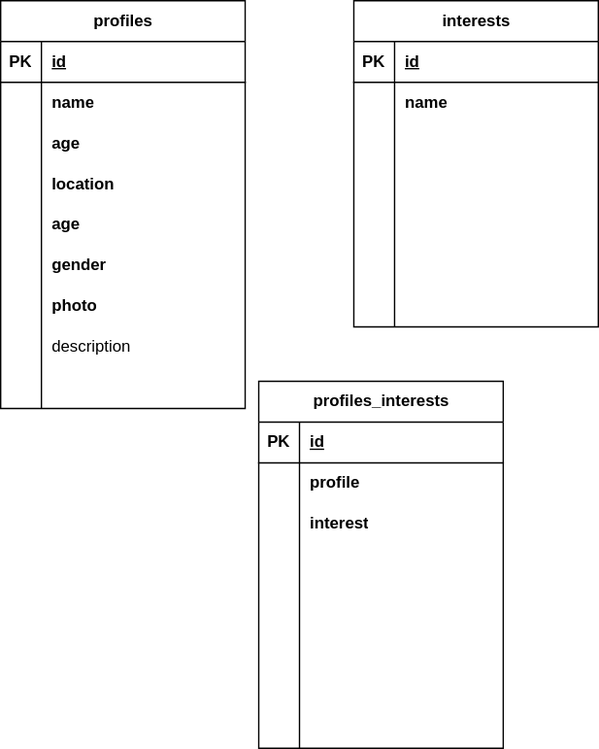
Before: drawio/Диаграмма без названия.drawio.svg, a diagram exported from draw.io (RIP-Peroni/sympathy). Source tidied: cells renumbered, new cells last; positions are measured from the earlier drawing's top-left corner, leaving out a move shared by most shapes.
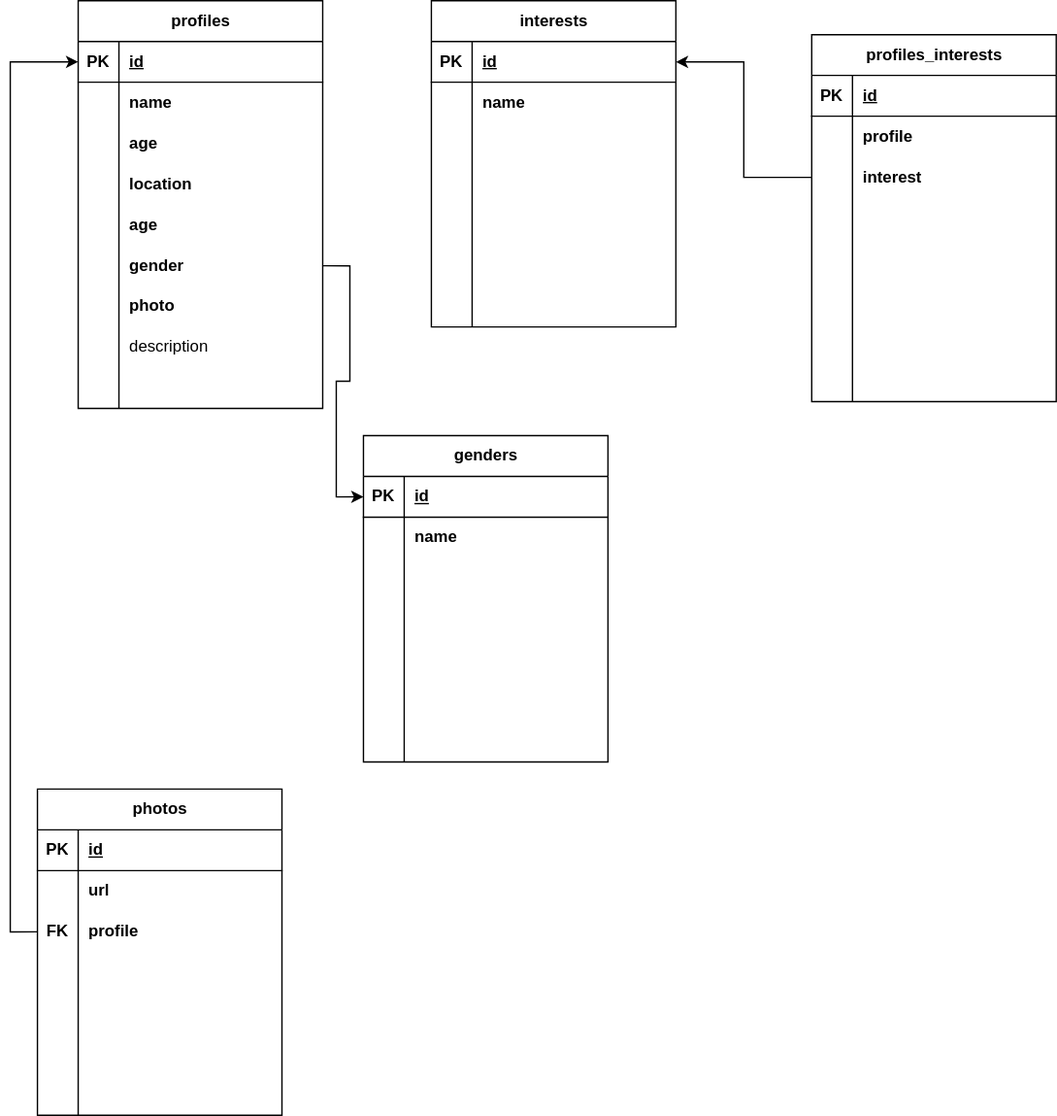
The same file after the commit.

The edit, as a diff of the source:
```diff
@@ -153,7 +153,7 @@
       <mxGeometry x="30" width="150" height="30" as="geometry" />
     </mxCell>
     <mxCell id="52" value="profiles_interests" style="shape=table;startSize=30;rowLines=0;fontStyle=1;align=center;html=1;" parent="1" vertex="1">
-      <mxGeometry x="190" y="280" width="180" height="270" as="geometry" />
+      <mxGeometry x="540" y="25" width="180" height="270" as="geometry" />
     </mxCell>
     <mxCell id="53" style="shape=tableRow;horizontal=0;startSize=0;swimlaneHead=0;swimlaneBody=0;fillColor=none;top=0;left=0;right=0;bottom=1;" parent="52" vertex="1">
       <mxGeometry y="30" width="180" height="30" as="geometry" />
@@ -227,5 +227,146 @@
     <mxCell id="76" style="shape=partialRectangle;fillColor=none;top=0;left=0;bottom=0;right=0;align=left;spacingLeft=6;overflow=hidden;whiteSpace=wrap;html=1;" parent="74" vertex="1">
       <mxGeometry x="30" width="150" height="30" as="geometry" />
     </mxCell>
+    <mxCell id="77" value="genders" style="shape=table;startSize=30;rowLines=0;fontStyle=1;align=center;html=1;" parent="1" vertex="1">
+      <mxGeometry x="210" y="320" width="180" height="240" as="geometry" />
+    </mxCell>
+    <mxCell id="78" style="shape=tableRow;horizontal=0;startSize=0;swimlaneHead=0;swimlaneBody=0;fillColor=none;points=[[0,0.5],[1,0.5]];portConstraint=eastwest;top=0;left=0;right=0;bottom=1;" parent="77" vertex="1">
+      <mxGeometry y="30" width="180" height="30" as="geometry" />
+    </mxCell>
+    <mxCell id="79" value="PK" style="shape=partialRectangle;fillColor=none;top=0;left=0;bottom=0;right=0;fontStyle=1;overflow=hidden;whiteSpace=wrap;html=1;" parent="78" vertex="1">
+      <mxGeometry width="30" height="30" as="geometry" />
+    </mxCell>
+    <mxCell id="80" value="id" style="shape=partialRectangle;fillColor=none;top=0;left=0;bottom=0;right=0;align=left;spacingLeft=6;fontStyle=5;overflow=hidden;whiteSpace=wrap;html=1;" parent="78" vertex="1">
+      <mxGeometry x="30" width="150" height="30" as="geometry" />
+    </mxCell>
+    <mxCell id="81" style="shape=tableRow;horizontal=0;startSize=0;swimlaneHead=0;swimlaneBody=0;fillColor=none;top=0;left=0;right=0;bottom=0;" parent="77" vertex="1">
+      <mxGeometry y="60" width="180" height="30" as="geometry" />
+    </mxCell>
+    <mxCell id="82" style="shape=partialRectangle;fillColor=none;top=0;left=0;bottom=0;right=0;overflow=hidden;whiteSpace=wrap;html=1;" parent="81" vertex="1">
+      <mxGeometry width="30" height="30" as="geometry" />
+    </mxCell>
+    <mxCell id="83" value="name" style="shape=partialRectangle;fillColor=none;top=0;left=0;bottom=0;right=0;align=left;spacingLeft=6;overflow=hidden;whiteSpace=wrap;html=1;fontStyle=1;" parent="81" vertex="1">
+      <mxGeometry x="30" width="150" height="30" as="geometry" />
+    </mxCell>
+    <mxCell id="84" style="shape=tableRow;horizontal=0;startSize=0;swimlaneHead=0;swimlaneBody=0;fillColor=none;top=0;left=0;right=0;bottom=0;" parent="77" vertex="1">
+      <mxGeometry y="90" width="180" height="30" as="geometry" />
+    </mxCell>
+    <mxCell id="85" style="shape=partialRectangle;fillColor=none;top=0;left=0;bottom=0;right=0;overflow=hidden;whiteSpace=wrap;html=1;" parent="84" vertex="1">
+      <mxGeometry width="30" height="30" as="geometry" />
+    </mxCell>
+    <mxCell id="86" style="shape=partialRectangle;fillColor=none;top=0;left=0;bottom=0;right=0;align=left;spacingLeft=6;overflow=hidden;whiteSpace=wrap;html=1;fontStyle=1;" parent="84" vertex="1">
+      <mxGeometry x="30" width="150" height="30" as="geometry" />
+    </mxCell>
+    <mxCell id="87" style="shape=tableRow;horizontal=0;startSize=0;swimlaneHead=0;swimlaneBody=0;fillColor=none;top=0;left=0;right=0;bottom=0;" parent="77" vertex="1">
+      <mxGeometry y="120" width="180" height="30" as="geometry" />
+    </mxCell>
+    <mxCell id="88" style="shape=partialRectangle;fillColor=none;top=0;left=0;bottom=0;right=0;overflow=hidden;whiteSpace=wrap;html=1;" parent="87" vertex="1">
+      <mxGeometry width="30" height="30" as="geometry" />
+    </mxCell>
+    <mxCell id="89" style="shape=partialRectangle;fillColor=none;top=0;left=0;bottom=0;right=0;align=left;spacingLeft=6;overflow=hidden;whiteSpace=wrap;html=1;fontStyle=1;" parent="87" vertex="1">
+      <mxGeometry x="30" width="150" height="30" as="geometry" />
+    </mxCell>
+    <mxCell id="90" style="shape=tableRow;horizontal=0;startSize=0;swimlaneHead=0;swimlaneBody=0;fillColor=none;top=0;left=0;right=0;bottom=0;" parent="77" vertex="1">
+      <mxGeometry y="150" width="180" height="30" as="geometry" />
+    </mxCell>
+    <mxCell id="91" style="shape=partialRectangle;fillColor=none;top=0;left=0;bottom=0;right=0;overflow=hidden;whiteSpace=wrap;html=1;" parent="90" vertex="1">
+      <mxGeometry width="30" height="30" as="geometry" />
+    </mxCell>
+    <mxCell id="92" style="shape=partialRectangle;fillColor=none;top=0;left=0;bottom=0;right=0;align=left;spacingLeft=6;overflow=hidden;whiteSpace=wrap;html=1;fontStyle=1;" parent="90" vertex="1">
+      <mxGeometry x="30" width="150" height="30" as="geometry" />
+    </mxCell>
+    <mxCell id="93" style="shape=tableRow;horizontal=0;startSize=0;swimlaneHead=0;swimlaneBody=0;fillColor=none;top=0;left=0;right=0;bottom=0;" parent="77" vertex="1">
+      <mxGeometry y="180" width="180" height="30" as="geometry" />
+    </mxCell>
+    <mxCell id="94" style="shape=partialRectangle;fillColor=none;top=0;left=0;bottom=0;right=0;overflow=hidden;whiteSpace=wrap;html=1;" parent="93" vertex="1">
+      <mxGeometry width="30" height="30" as="geometry" />
+    </mxCell>
+    <mxCell id="95" style="shape=partialRectangle;fillColor=none;top=0;left=0;bottom=0;right=0;align=left;spacingLeft=6;overflow=hidden;whiteSpace=wrap;html=1;" parent="93" vertex="1">
+      <mxGeometry x="30" width="150" height="30" as="geometry" />
+    </mxCell>
+    <mxCell id="96" style="shape=tableRow;horizontal=0;startSize=0;swimlaneHead=0;swimlaneBody=0;fillColor=none;top=0;left=0;right=0;bottom=0;" parent="77" vertex="1">
+      <mxGeometry y="210" width="180" height="30" as="geometry" />
+    </mxCell>
+    <mxCell id="97" style="shape=partialRectangle;fillColor=none;top=0;left=0;bottom=0;right=0;overflow=hidden;whiteSpace=wrap;html=1;" parent="96" vertex="1">
+      <mxGeometry width="30" height="30" as="geometry" />
+    </mxCell>
+    <mxCell id="98" style="shape=partialRectangle;fillColor=none;top=0;left=0;bottom=0;right=0;align=left;spacingLeft=6;overflow=hidden;whiteSpace=wrap;html=1;" parent="96" vertex="1">
+      <mxGeometry x="30" width="150" height="30" as="geometry" />
+    </mxCell>
+    <mxCell id="99" value="photos" style="shape=table;startSize=30;rowLines=0;fontStyle=1;align=center;html=1;" parent="1" vertex="1">
+      <mxGeometry x="-30" y="580" width="180" height="240" as="geometry" />
+    </mxCell>
+    <mxCell id="100" style="shape=tableRow;horizontal=0;startSize=0;swimlaneHead=0;swimlaneBody=0;fillColor=none;top=0;left=0;right=0;bottom=1;" parent="99" vertex="1">
+      <mxGeometry y="30" width="180" height="30" as="geometry" />
+    </mxCell>
+    <mxCell id="101" value="PK" style="shape=partialRectangle;fillColor=none;top=0;left=0;bottom=0;right=0;fontStyle=1;overflow=hidden;whiteSpace=wrap;html=1;" parent="100" vertex="1">
+      <mxGeometry width="30" height="30" as="geometry" />
+    </mxCell>
+    <mxCell id="102" value="id" style="shape=partialRectangle;fillColor=none;top=0;left=0;bottom=0;right=0;align=left;spacingLeft=6;fontStyle=5;overflow=hidden;whiteSpace=wrap;html=1;" parent="100" vertex="1">
+      <mxGeometry x="30" width="150" height="30" as="geometry" />
+    </mxCell>
+    <mxCell id="103" style="shape=tableRow;horizontal=0;startSize=0;swimlaneHead=0;swimlaneBody=0;fillColor=none;top=0;left=0;right=0;bottom=0;" parent="99" vertex="1">
+      <mxGeometry y="60" width="180" height="30" as="geometry" />
+    </mxCell>
+    <mxCell id="104" style="shape=partialRectangle;fillColor=none;top=0;left=0;bottom=0;right=0;overflow=hidden;whiteSpace=wrap;html=1;" parent="103" vertex="1">
+      <mxGeometry width="30" height="30" as="geometry" />
+    </mxCell>
+    <mxCell id="105" value="url" style="shape=partialRectangle;fillColor=none;top=0;left=0;bottom=0;right=0;align=left;spacingLeft=6;overflow=hidden;whiteSpace=wrap;html=1;fontStyle=1;" parent="103" vertex="1">
+      <mxGeometry x="30" width="150" height="30" as="geometry" />
+    </mxCell>
+    <mxCell id="106" style="shape=tableRow;horizontal=0;startSize=0;swimlaneHead=0;swimlaneBody=0;fillColor=none;points=[[0,0.5],[1,0.5]];portConstraint=eastwest;top=0;left=0;right=0;bottom=0;" parent="99" vertex="1">
+      <mxGeometry y="90" width="180" height="30" as="geometry" />
+    </mxCell>
+    <mxCell id="107" value="FK" style="shape=partialRectangle;fillColor=none;top=0;left=0;bottom=0;right=0;overflow=hidden;whiteSpace=wrap;html=1;fontStyle=1;" parent="106" vertex="1">
+      <mxGeometry width="30" height="30" as="geometry" />
+    </mxCell>
+    <mxCell id="108" value="profile" style="shape=partialRectangle;fillColor=none;top=0;left=0;bottom=0;right=0;align=left;spacingLeft=6;overflow=hidden;whiteSpace=wrap;html=1;fontStyle=1;" parent="106" vertex="1">
+      <mxGeometry x="30" width="150" height="30" as="geometry" />
+    </mxCell>
+    <mxCell id="109" style="shape=tableRow;horizontal=0;startSize=0;swimlaneHead=0;swimlaneBody=0;fillColor=none;top=0;left=0;right=0;bottom=0;" parent="99" vertex="1">
+      <mxGeometry y="120" width="180" height="30" as="geometry" />
+    </mxCell>
+    <mxCell id="110" style="shape=partialRectangle;fillColor=none;top=0;left=0;bottom=0;right=0;overflow=hidden;whiteSpace=wrap;html=1;" parent="109" vertex="1">
+      <mxGeometry width="30" height="30" as="geometry" />
+    </mxCell>
+    <mxCell id="111" style="shape=partialRectangle;fillColor=none;top=0;left=0;bottom=0;right=0;align=left;spacingLeft=6;overflow=hidden;whiteSpace=wrap;html=1;fontStyle=1;" parent="109" vertex="1">
+      <mxGeometry x="30" width="150" height="30" as="geometry" />
+    </mxCell>
+    <mxCell id="112" style="shape=tableRow;horizontal=0;startSize=0;swimlaneHead=0;swimlaneBody=0;fillColor=none;top=0;left=0;right=0;bottom=0;" parent="99" vertex="1">
+      <mxGeometry y="150" width="180" height="30" as="geometry" />
+    </mxCell>
+    <mxCell id="113" style="shape=partialRectangle;fillColor=none;top=0;left=0;bottom=0;right=0;overflow=hidden;whiteSpace=wrap;html=1;" parent="112" vertex="1">
+      <mxGeometry width="30" height="30" as="geometry" />
+    </mxCell>
+    <mxCell id="114" style="shape=partialRectangle;fillColor=none;top=0;left=0;bottom=0;right=0;align=left;spacingLeft=6;overflow=hidden;whiteSpace=wrap;html=1;fontStyle=1;" parent="112" vertex="1">
+      <mxGeometry x="30" width="150" height="30" as="geometry" />
+    </mxCell>
+    <mxCell id="115" style="shape=tableRow;horizontal=0;startSize=0;swimlaneHead=0;swimlaneBody=0;fillColor=none;top=0;left=0;right=0;bottom=0;" parent="99" vertex="1">
+      <mxGeometry y="180" width="180" height="30" as="geometry" />
+    </mxCell>
+    <mxCell id="116" style="shape=partialRectangle;fillColor=none;top=0;left=0;bottom=0;right=0;overflow=hidden;whiteSpace=wrap;html=1;" parent="115" vertex="1">
+      <mxGeometry width="30" height="30" as="geometry" />
+    </mxCell>
+    <mxCell id="117" style="shape=partialRectangle;fillColor=none;top=0;left=0;bottom=0;right=0;align=left;spacingLeft=6;overflow=hidden;whiteSpace=wrap;html=1;" parent="115" vertex="1">
+      <mxGeometry x="30" width="150" height="30" as="geometry" />
+    </mxCell>
+    <mxCell id="118" style="shape=tableRow;horizontal=0;startSize=0;swimlaneHead=0;swimlaneBody=0;fillColor=none;top=0;left=0;right=0;bottom=0;" parent="99" vertex="1">
+      <mxGeometry y="210" width="180" height="30" as="geometry" />
+    </mxCell>
+    <mxCell id="119" style="shape=partialRectangle;fillColor=none;top=0;left=0;bottom=0;right=0;overflow=hidden;whiteSpace=wrap;html=1;" parent="118" vertex="1">
+      <mxGeometry width="30" height="30" as="geometry" />
+    </mxCell>
+    <mxCell id="120" style="shape=partialRectangle;fillColor=none;top=0;left=0;bottom=0;right=0;align=left;spacingLeft=6;overflow=hidden;whiteSpace=wrap;html=1;" parent="118" vertex="1">
+      <mxGeometry x="30" width="150" height="30" as="geometry" />
+    </mxCell>
+    <mxCell id="121" style="edgeStyle=orthogonalEdgeStyle;rounded=0;jettySize=auto;html=1;exitX=0;exitY=0.5;exitDx=0;exitDy=0;entryX=0;entryY=0.5;entryDx=0;entryDy=0;" parent="1" edge="1" source="106" target="3">
+      <mxGeometry relative="1" as="geometry" />
+    </mxCell>
+    <mxCell id="122" style="edgeStyle=orthogonalEdgeStyle;rounded=0;jettySize=auto;html=1;exitX=1;exitY=0.5;exitDx=0;exitDy=0;entryX=0;entryY=0.5;entryDx=0;entryDy=0;" parent="1" edge="1" source="18" target="78">
+      <mxGeometry relative="1" as="geometry" />
+    </mxCell>
+    <mxCell id="123" style="edgeStyle=orthogonalEdgeStyle;rounded=0;jettySize=auto;html=1;exitX=0;exitY=0.5;exitDx=0;exitDy=0;" parent="1" edge="1" source="59" target="31">
+      <mxGeometry relative="1" as="geometry" />
+    </mxCell>
   </root>
 </mxGraphModel>
```
